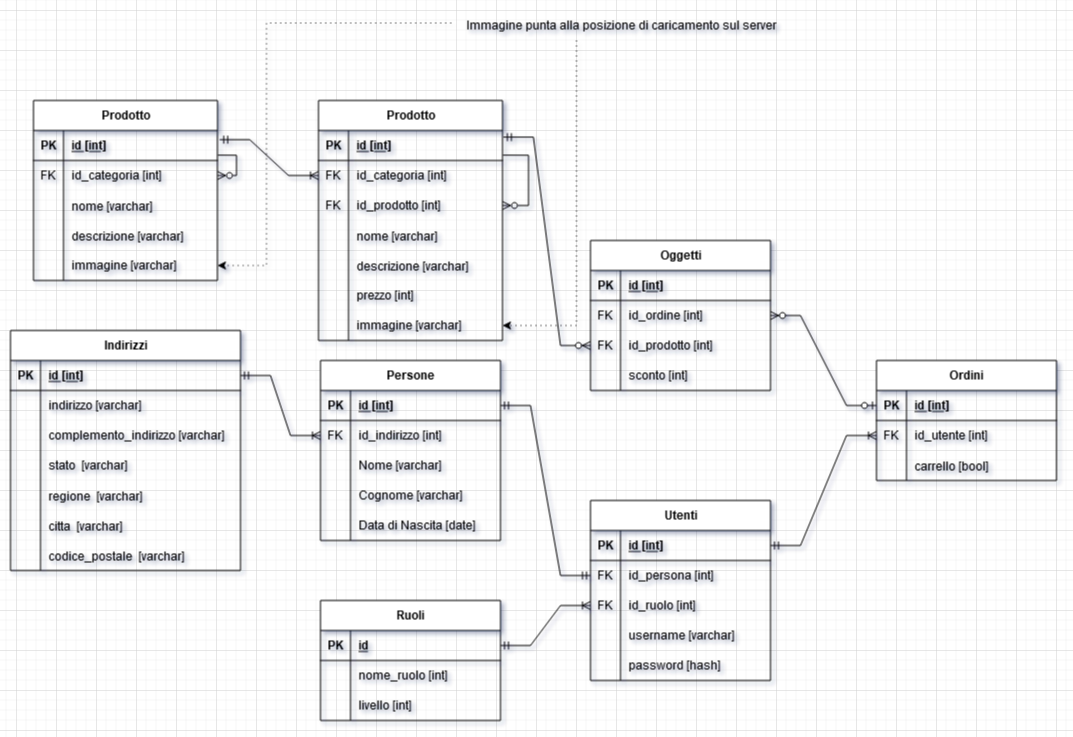
This is docs/Logico.png from Rexeref/myEcommerce, a draw.io export, as it was before one commit. Source tidied: cells renumbered, new cells last; positions are measured from the earlier drawing's top-left corner, leaving out a move shared by most shapes.
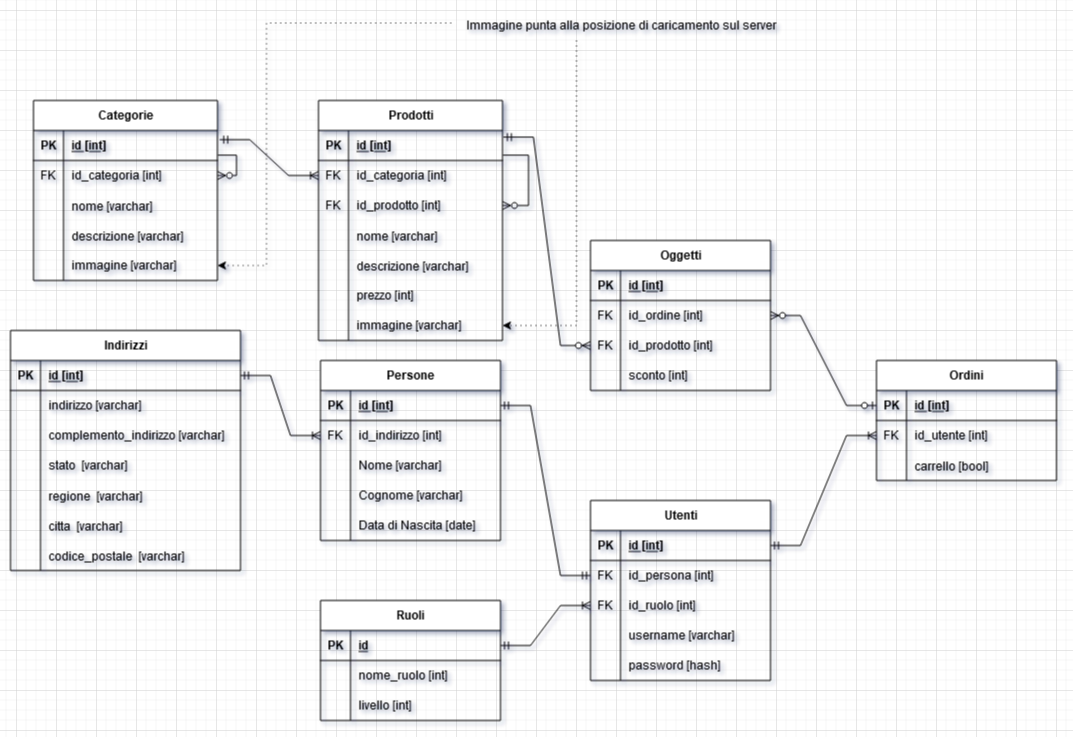
Above is the later version.

Commit message:
Correzione Schema Logico

The edit, as a diff of the source:
```diff
@@ -272,7 +272,7 @@
     <mxCell id="91" style="edgeStyle=entityRelationEdgeStyle;fontSize=12;html=1;endArrow=ERzeroToMany;startArrow=ERzeroToOne;rounded=0;entryX=1;entryY=0.5;entryDx=0;entryDy=0;exitX=0;exitY=0.5;exitDx=0;exitDy=0;" parent="1" edge="1" source="67" target="82">
       <mxGeometry relative="1" as="geometry" />
     </mxCell>
-    <mxCell id="92" value="Prodotto" style="shape=table;startSize=30;rowLines=0;fontStyle=1;align=center;html=1;" parent="1" vertex="1">
+    <mxCell id="92" value="Prodotti" style="shape=table;startSize=30;rowLines=0;fontStyle=1;align=center;html=1;" parent="1" vertex="1">
       <mxGeometry x="308" y="90" width="184" height="240" as="geometry" />
     </mxCell>
     <mxCell id="93" style="shape=tableRow;horizontal=0;startSize=0;swimlaneHead=0;swimlaneBody=0;fillColor=none;points=[[0,0.5],[1,0.5]];portConstraint=eastwest;top=0;left=0;right=0;bottom=1;" parent="92" vertex="1">
@@ -359,7 +359,7 @@
     <mxCell id="117" value="Immagine punta alla posizione di caricamento sul server" style="text;html=1;align=center;verticalAlign=middle;points=[];strokeColor=none;fillColor=none;" parent="1" vertex="1">
       <mxGeometry x="446" width="330" height="30" as="geometry" />
     </mxCell>
-    <mxCell id="118" value="Prodotto" style="shape=table;startSize=30;rowLines=0;fontStyle=1;align=center;html=1;" parent="1" vertex="1">
+    <mxCell id="118" value="Categorie" style="shape=table;startSize=30;rowLines=0;fontStyle=1;align=center;html=1;" parent="1" vertex="1">
       <mxGeometry x="23" y="90" width="184" height="180" as="geometry" />
     </mxCell>
     <mxCell id="119" style="shape=tableRow;horizontal=0;startSize=0;swimlaneHead=0;swimlaneBody=0;fillColor=none;points=[[0,0.5],[1,0.5]];portConstraint=eastwest;top=0;left=0;right=0;bottom=1;" parent="118" vertex="1">
```
